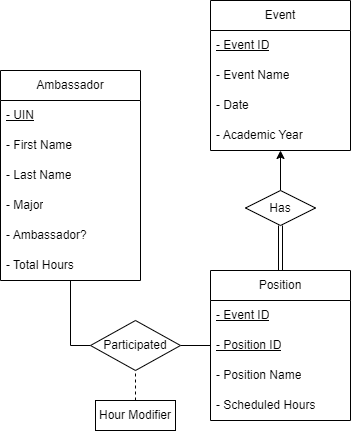
Earlier version of the draw.io export database_entity_relation_diagram.png (HoneyKat11/Ambassador-Database-Application). Source tidied: cells renumbered, new cells last; positions are measured from the earlier drawing's top-left corner, leaving out a move shared by most shapes. Its diagram source:
```xml
<mxGraphModel>
  <root>
    <mxCell id="0" />
    <mxCell id="1" parent="0" />
    <mxCell id="2" style="edgeStyle=orthogonalEdgeStyle;rounded=0;jettySize=auto;html=1;exitX=0.5;exitY=1;exitDx=0;exitDy=0;entryX=0;entryY=0.5;entryDx=0;entryDy=0;endArrow=none;endFill=0;" parent="1" edge="1" source="3" target="21">
      <mxGeometry relative="1" as="geometry" />
    </mxCell>
    <mxCell id="3" value="Ambassador" style="swimlane;fontStyle=0;horizontal=1;startSize=30;whiteSpace=wrap;html=1;" parent="1" vertex="1">
      <mxGeometry y="70" width="140" height="210" as="geometry" />
    </mxCell>
    <mxCell id="4" value="&lt;u&gt;- UIN&lt;/u&gt;" style="text;strokeColor=none;fillColor=none;align=left;verticalAlign=middle;spacingLeft=4;spacingRight=4;overflow=hidden;whiteSpace=wrap;html=1;" parent="3" vertex="1">
      <mxGeometry y="30" width="140" height="30" as="geometry" />
    </mxCell>
    <mxCell id="5" value="- First Name" style="text;strokeColor=none;fillColor=none;align=left;verticalAlign=middle;spacingLeft=4;spacingRight=4;overflow=hidden;whiteSpace=wrap;html=1;" parent="3" vertex="1">
      <mxGeometry y="60" width="140" height="30" as="geometry" />
    </mxCell>
    <mxCell id="6" value="- Last Name" style="text;strokeColor=none;fillColor=none;align=left;verticalAlign=middle;spacingLeft=4;spacingRight=4;overflow=hidden;whiteSpace=wrap;html=1;" parent="3" vertex="1">
      <mxGeometry y="90" width="140" height="30" as="geometry" />
    </mxCell>
    <mxCell id="7" value="- Major" style="text;strokeColor=none;fillColor=none;align=left;verticalAlign=middle;spacingLeft=4;spacingRight=4;overflow=hidden;whiteSpace=wrap;html=1;" parent="3" vertex="1">
      <mxGeometry y="120" width="140" height="30" as="geometry" />
    </mxCell>
    <mxCell id="8" value="- Ambassador?" style="text;strokeColor=none;fillColor=none;align=left;verticalAlign=middle;spacingLeft=4;spacingRight=4;overflow=hidden;whiteSpace=wrap;html=1;" parent="3" vertex="1">
      <mxGeometry y="150" width="140" height="30" as="geometry" />
    </mxCell>
    <mxCell id="9" value="- Total Hours" style="text;strokeColor=none;fillColor=none;align=left;verticalAlign=middle;spacingLeft=4;spacingRight=4;overflow=hidden;whiteSpace=wrap;html=1;" parent="3" vertex="1">
      <mxGeometry y="180" width="140" height="30" as="geometry" />
    </mxCell>
    <mxCell id="10" value="Event" style="swimlane;fontStyle=0;horizontal=1;startSize=30;whiteSpace=wrap;html=1;" parent="1" vertex="1">
      <mxGeometry x="210" width="140" height="150" as="geometry" />
    </mxCell>
    <mxCell id="11" value="&lt;u&gt;- Event ID&lt;/u&gt;" style="text;strokeColor=none;fillColor=none;align=left;verticalAlign=middle;spacingLeft=4;spacingRight=4;overflow=hidden;whiteSpace=wrap;html=1;" parent="10" vertex="1">
      <mxGeometry y="30" width="140" height="30" as="geometry" />
    </mxCell>
    <mxCell id="12" value="- Event Name" style="text;strokeColor=none;fillColor=none;align=left;verticalAlign=middle;spacingLeft=4;spacingRight=4;overflow=hidden;whiteSpace=wrap;html=1;" parent="10" vertex="1">
      <mxGeometry y="60" width="140" height="30" as="geometry" />
    </mxCell>
    <mxCell id="13" value="- Date" style="text;strokeColor=none;fillColor=none;align=left;verticalAlign=middle;spacingLeft=4;spacingRight=4;overflow=hidden;whiteSpace=wrap;html=1;" parent="10" vertex="1">
      <mxGeometry y="90" width="140" height="30" as="geometry" />
    </mxCell>
    <mxCell id="14" value="- Academic Year" style="text;strokeColor=none;fillColor=none;align=left;verticalAlign=middle;spacingLeft=4;spacingRight=4;overflow=hidden;whiteSpace=wrap;html=1;" parent="10" vertex="1">
      <mxGeometry y="120" width="140" height="30" as="geometry" />
    </mxCell>
    <mxCell id="15" value="Position" style="swimlane;fontStyle=0;horizontal=1;startSize=30;whiteSpace=wrap;html=1;" parent="1" vertex="1">
      <mxGeometry x="210" y="270" width="140" height="150" as="geometry" />
    </mxCell>
    <mxCell id="16" value="&lt;u&gt;- Event ID&lt;/u&gt;" style="text;strokeColor=none;fillColor=none;align=left;verticalAlign=middle;spacingLeft=4;spacingRight=4;overflow=hidden;whiteSpace=wrap;html=1;" parent="15" vertex="1">
      <mxGeometry y="30" width="140" height="30" as="geometry" />
    </mxCell>
    <mxCell id="17" value="&lt;u&gt;- Position ID&lt;/u&gt;" style="text;strokeColor=none;fillColor=none;align=left;verticalAlign=middle;spacingLeft=4;spacingRight=4;overflow=hidden;whiteSpace=wrap;html=1;" parent="15" vertex="1">
      <mxGeometry y="60" width="140" height="30" as="geometry" />
    </mxCell>
    <mxCell id="18" value="- Position Name" style="text;strokeColor=none;fillColor=none;align=left;verticalAlign=middle;spacingLeft=4;spacingRight=4;overflow=hidden;whiteSpace=wrap;html=1;" parent="15" vertex="1">
      <mxGeometry y="90" width="140" height="30" as="geometry" />
    </mxCell>
    <mxCell id="19" value="- Scheduled Hours" style="text;strokeColor=none;fillColor=none;align=left;verticalAlign=middle;spacingLeft=4;spacingRight=4;overflow=hidden;whiteSpace=wrap;html=1;" parent="15" vertex="1">
      <mxGeometry y="120" width="140" height="30" as="geometry" />
    </mxCell>
    <mxCell id="20" style="edgeStyle=orthogonalEdgeStyle;rounded=0;jettySize=auto;html=1;exitX=1;exitY=0.5;exitDx=0;exitDy=0;endArrow=none;endFill=0;" parent="1" edge="1" source="21" target="15">
      <mxGeometry relative="1" as="geometry" />
    </mxCell>
    <mxCell id="21" value="Participated" style="rhombus;whiteSpace=wrap;html=1;" parent="1" vertex="1">
      <mxGeometry x="90" y="320" width="90" height="50" as="geometry" />
    </mxCell>
    <mxCell id="22" style="edgeStyle=orthogonalEdgeStyle;rounded=0;jettySize=auto;html=1;exitX=0.5;exitY=1;exitDx=0;exitDy=0;entryX=0.5;entryY=0;entryDx=0;entryDy=0;shape=link;" parent="1" edge="1" source="24" target="15">
      <mxGeometry relative="1" as="geometry" />
    </mxCell>
    <mxCell id="23" style="edgeStyle=orthogonalEdgeStyle;rounded=0;jettySize=auto;html=1;exitX=0.5;exitY=0;exitDx=0;exitDy=0;endArrow=classic;endFill=1;startArrow=none;startFill=0;" parent="1" edge="1" source="24" target="10">
      <mxGeometry relative="1" as="geometry" />
    </mxCell>
    <mxCell id="24" value="Has" style="rhombus;whiteSpace=wrap;html=1;" parent="1" vertex="1">
      <mxGeometry x="245" y="190" width="70" height="35" as="geometry" />
    </mxCell>
    <mxCell id="25" style="edgeStyle=orthogonalEdgeStyle;rounded=0;jettySize=auto;html=1;exitX=0.5;exitY=0;exitDx=0;exitDy=0;entryX=0.5;entryY=1;entryDx=0;entryDy=0;dashed=1;endArrow=none;endFill=0;" parent="1" edge="1" source="26" target="21">
      <mxGeometry relative="1" as="geometry" />
    </mxCell>
    <mxCell id="26" value="Hour Modifier" style="rounded=0;whiteSpace=wrap;html=1;" parent="1" vertex="1">
      <mxGeometry x="95" y="400" width="80" height="30" as="geometry" />
    </mxCell>
  </root>
</mxGraphModel>
```
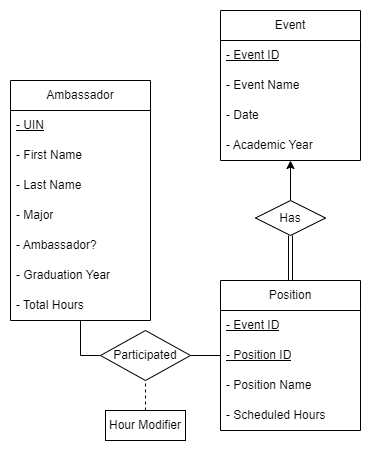
Later version of the same file.

What changed in the source:
```diff
@@ -6,7 +6,7 @@
       <mxGeometry relative="1" as="geometry" />
     </mxCell>
     <mxCell id="3" value="Ambassador" style="swimlane;fontStyle=0;horizontal=1;startSize=30;whiteSpace=wrap;html=1;" parent="1" vertex="1">
-      <mxGeometry y="70" width="140" height="210" as="geometry" />
+      <mxGeometry y="70" width="140" height="240" as="geometry" />
     </mxCell>
     <mxCell id="4" value="&lt;u&gt;- UIN&lt;/u&gt;" style="text;strokeColor=none;fillColor=none;align=left;verticalAlign=middle;spacingLeft=4;spacingRight=4;overflow=hidden;whiteSpace=wrap;html=1;" parent="3" vertex="1">
       <mxGeometry y="30" width="140" height="30" as="geometry" />
@@ -23,8 +23,11 @@
     <mxCell id="8" value="- Ambassador?" style="text;strokeColor=none;fillColor=none;align=left;verticalAlign=middle;spacingLeft=4;spacingRight=4;overflow=hidden;whiteSpace=wrap;html=1;" parent="3" vertex="1">
       <mxGeometry y="150" width="140" height="30" as="geometry" />
     </mxCell>
+    <mxCell id="27" value="- Graduation Year" style="text;strokeColor=none;fillColor=none;align=left;verticalAlign=middle;spacingLeft=4;spacingRight=4;overflow=hidden;whiteSpace=wrap;html=1;" parent="3" vertex="1">
+      <mxGeometry y="180" width="140" height="30" as="geometry" />
+    </mxCell>
     <mxCell id="9" value="- Total Hours" style="text;strokeColor=none;fillColor=none;align=left;verticalAlign=middle;spacingLeft=4;spacingRight=4;overflow=hidden;whiteSpace=wrap;html=1;" parent="3" vertex="1">
-      <mxGeometry y="180" width="140" height="30" as="geometry" />
+      <mxGeometry y="210" width="140" height="30" as="geometry" />
     </mxCell>
     <mxCell id="10" value="Event" style="swimlane;fontStyle=0;horizontal=1;startSize=30;whiteSpace=wrap;html=1;" parent="1" vertex="1">
       <mxGeometry x="210" width="140" height="150" as="geometry" />
```
